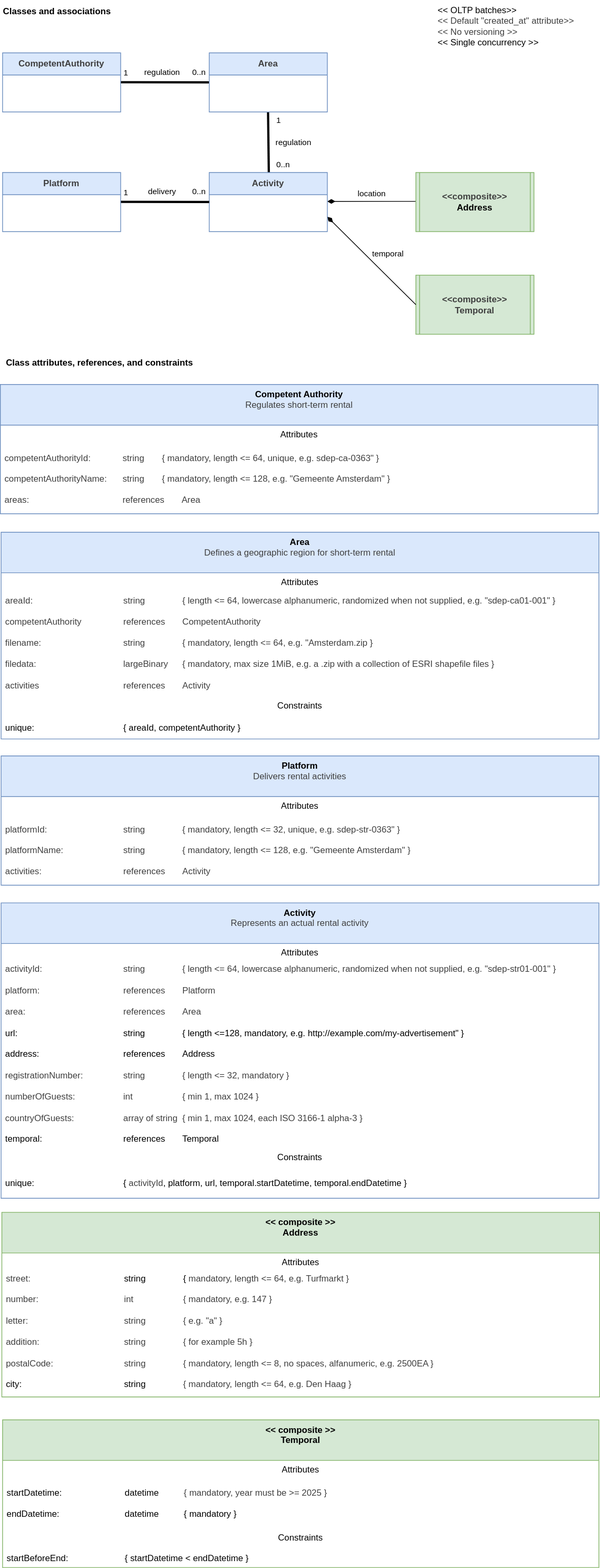
MinBZK/sdep.gov.nl keeps this draw.io diagram as docs/Classes.svg. Above is the earlier version. Source tidied: cells renumbered, new cells last; positions are measured from the earlier drawing's top-left corner, leaving out a move shared by most shapes.
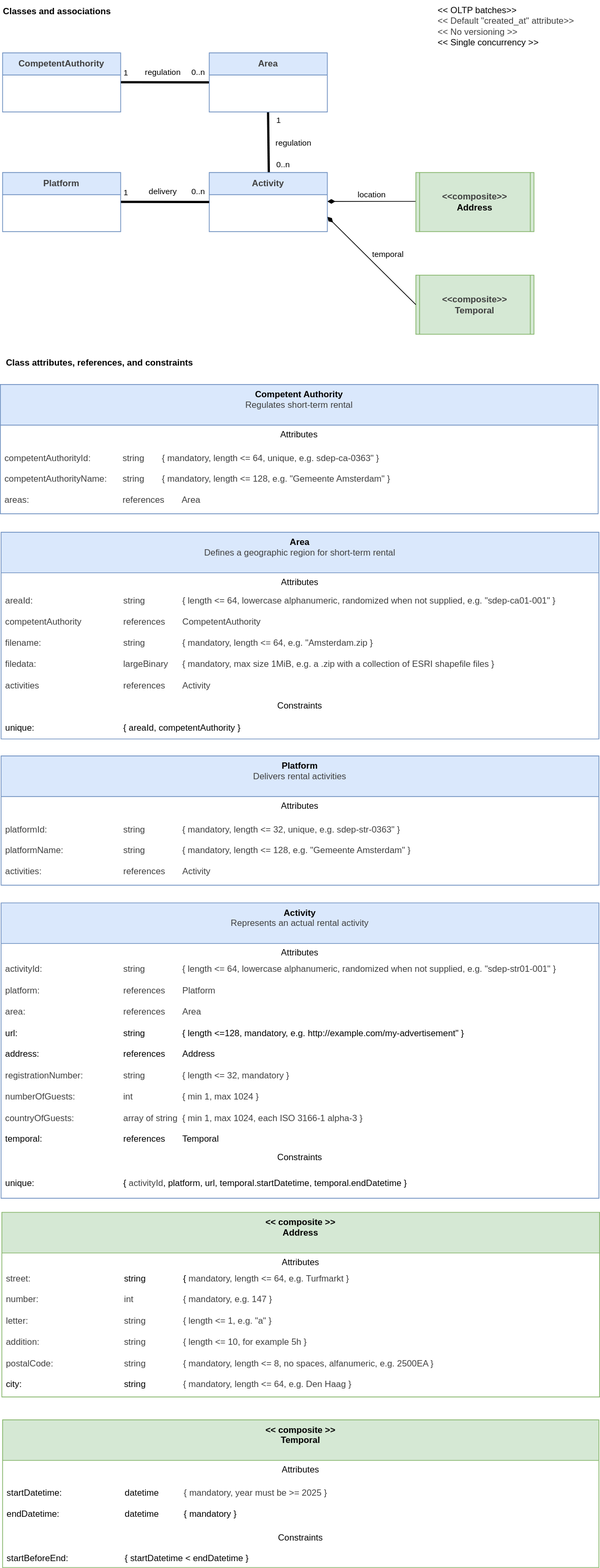
Above is the later version.

The edit, as a diff of the source:
```diff
@@ -95,7 +95,7 @@
     <mxCell id="24" value="Attributes" style="text;html=1;strokeColor=none;fillColor=none;align=center;verticalAlign=middle;spacingLeft=4;spacingRight=4;overflow=hidden;whiteSpace=wrap;" parent="23" vertex="1">
       <mxGeometry y="55" width="810" height="25" as="geometry" />
     </mxCell>
-    <mxCell id="25" value="&lt;div style=&quot;color: rgb(63, 63, 63); scrollbar-color: rgb(226, 226, 226) rgb(251, 251, 251);&quot;&gt;&lt;span style=&quot;scrollbar-color: rgb(226, 226, 226) rgb(251, 251, 251); background-color: transparent; color: rgb(63, 63, 63);&quot;&gt;street:&amp;nbsp;&lt;span style=&quot;white-space: pre;&quot;&gt;&#9;&lt;/span&gt;&lt;span style=&quot;white-space: pre;&quot;&gt;&#9;&lt;/span&gt;&lt;span style=&quot;white-space: pre;&quot;&gt;&#9;&lt;/span&gt;&lt;span style=&quot;white-space: pre;&quot;&gt;&#9;&lt;/span&gt;&lt;span style=&quot;white-space: pre;&quot;&gt;&#9;&lt;/span&gt;&lt;/span&gt;&lt;span style=&quot;scrollbar-color: rgb(226, 226, 226) rgb(251, 251, 251); background-color: transparent; color: rgb(0, 0, 0);&quot;&gt;string&amp;nbsp;&lt;span style=&quot;white-space: pre;&quot;&gt;&#9;&lt;/span&gt;&lt;span style=&quot;white-space: pre;&quot;&gt;&#9;&lt;/span&gt;&lt;/span&gt;&lt;span style=&quot;background-color: transparent; scrollbar-color: rgb(226, 226, 226) rgb(251, 251, 251); color: rgb(0, 0, 0);&quot;&gt;{&amp;nbsp;&lt;/span&gt;&lt;span style=&quot;background-color: transparent; color: rgb(63, 63, 63);&quot;&gt;mandatory,&amp;nbsp;&lt;/span&gt;&lt;span style=&quot;background-color: transparent;&quot;&gt;length &amp;lt;= 64, e.g.&amp;nbsp;&lt;/span&gt;&lt;span style=&quot;background-color: transparent;&quot;&gt;Turfmarkt }&lt;/span&gt;&lt;/div&gt;&lt;div style=&quot;color: rgb(63, 63, 63); scrollbar-color: rgb(226, 226, 226) rgb(251, 251, 251);&quot;&gt;&lt;br&gt;&lt;/div&gt;&lt;div style=&quot;color: rgb(63, 63, 63); scrollbar-color: rgb(226, 226, 226) rgb(251, 251, 251);&quot;&gt;number: &lt;span style=&quot;white-space: pre;&quot;&gt;&#9;&lt;/span&gt;&lt;span style=&quot;white-space: pre;&quot;&gt;&#9;&lt;/span&gt;&lt;span style=&quot;white-space: pre;&quot;&gt;&#9;&lt;/span&gt;&lt;span style=&quot;white-space: pre;&quot;&gt;&#9;&lt;/span&gt;&lt;span style=&quot;white-space: pre;&quot;&gt;&#9;&lt;/span&gt;int&amp;nbsp;&lt;span style=&quot;white-space: pre;&quot;&gt;&#9;&lt;/span&gt;&lt;span style=&quot;white-space: pre;&quot;&gt;&#9;&lt;/span&gt;&lt;span style=&quot;white-space: pre;&quot;&gt;&#9;&lt;/span&gt;&lt;span style=&quot;background-color: transparent;&quot;&gt;{ mandatory, e.g.&amp;nbsp;&lt;/span&gt;&lt;span style=&quot;background-color: transparent; color: rgb(63, 63, 63);&quot;&gt;147 }&lt;/span&gt;&lt;/div&gt;&lt;div style=&quot;color: rgb(63, 63, 63); scrollbar-color: rgb(226, 226, 226) rgb(251, 251, 251);&quot;&gt;&lt;div style=&quot;scrollbar-color: rgb(226, 226, 226) rgb(251, 251, 251); color: rgb(63, 63, 63);&quot;&gt;&lt;br&gt;&lt;/div&gt;&lt;div style=&quot;scrollbar-color: rgb(226, 226, 226) rgb(251, 251, 251); color: rgb(63, 63, 63);&quot;&gt;letter: &lt;span style=&quot;white-space: pre;&quot;&gt;&#9;&lt;/span&gt;&lt;span style=&quot;white-space: pre;&quot;&gt;&#9;&lt;/span&gt;&lt;span style=&quot;white-space: pre;&quot;&gt;&#9;&lt;/span&gt;&lt;span style=&quot;white-space: pre;&quot;&gt;&#9;&lt;/span&gt;&lt;span style=&quot;white-space: pre;&quot;&gt;&#9;&lt;/span&gt;string&amp;nbsp;&lt;span style=&quot;white-space: pre;&quot;&gt;&#9;&lt;/span&gt;&lt;span style=&quot;white-space: pre;&quot;&gt;&#9;&lt;/span&gt;&lt;span style=&quot;background-color: transparent;&quot;&gt;{ e.g. &quot;a&quot; }&lt;/span&gt;&lt;/div&gt;&lt;div style=&quot;scrollbar-color: rgb(226, 226, 226) rgb(251, 251, 251); color: rgb(63, 63, 63);&quot;&gt;&lt;br&gt;&lt;/div&gt;&lt;div style=&quot;scrollbar-color: rgb(226, 226, 226) rgb(251, 251, 251); color: rgb(63, 63, 63);&quot;&gt;&lt;span style=&quot;color: rgb(63, 63, 63);&quot;&gt;addition: &lt;span style=&quot;white-space: pre;&quot;&gt;&#9;&lt;/span&gt;&lt;span style=&quot;white-space: pre;&quot;&gt;&#9;&lt;/span&gt;&lt;span style=&quot;white-space: pre;&quot;&gt;&#9;&lt;/span&gt;&lt;span style=&quot;white-space: pre;&quot;&gt;&#9;&lt;/span&gt;&lt;span style=&quot;white-space: pre;&quot;&gt;&#9;&lt;/span&gt;string&amp;nbsp;&lt;span style=&quot;white-space: pre;&quot;&gt;&#9;&lt;/span&gt;&lt;span style=&quot;white-space: pre;&quot;&gt;&#9;&lt;/span&gt;&lt;/span&gt;&lt;span style=&quot;background-color: transparent;&quot;&gt;{ for example 5h }&lt;/span&gt;&lt;/div&gt;&lt;div style=&quot;scrollbar-color: rgb(226, 226, 226) rgb(251, 251, 251); color: rgb(63, 63, 63);&quot;&gt;&lt;span style=&quot;color: rgb(63, 63, 63);&quot;&gt;&lt;br&gt;&lt;/span&gt;&lt;/div&gt;&lt;div style=&quot;scrollbar-color: rgb(226, 226, 226) rgb(251, 251, 251); color: rgb(63, 63, 63);&quot;&gt;&lt;span style=&quot;scrollbar-color: rgb(226, 226, 226) rgb(251, 251, 251); background-color: transparent; color: rgb(63, 63, 63);&quot;&gt;postalCode: &lt;span style=&quot;white-space: pre;&quot;&gt;&#9;&lt;/span&gt;&lt;span style=&quot;white-space: pre;&quot;&gt;&#9;&lt;/span&gt;&lt;span style=&quot;white-space: pre;&quot;&gt;&#9;&lt;/span&gt;&lt;span style=&quot;white-space: pre;&quot;&gt;&#9;&lt;/span&gt;string&amp;nbsp;&lt;span style=&quot;white-space: pre;&quot;&gt;&#9;&lt;/span&gt;&lt;span style=&quot;white-space: pre;&quot;&gt;&#9;&lt;/span&gt;&lt;/span&gt;&lt;span style=&quot;background-color: transparent;&quot;&gt;{ mandatory, length &amp;lt;= 8, no spaces, alfanumeric, e.g.&amp;nbsp;&lt;/span&gt;&lt;span style=&quot;background-color: transparent; color: rgb(63, 63, 63);&quot;&gt;2500EA }&lt;/span&gt;&lt;/div&gt;&lt;div style=&quot;scrollbar-color: rgb(226, 226, 226) rgb(251, 251, 251); color: rgb(63, 63, 63);&quot;&gt;&lt;span style=&quot;scrollbar-color: rgb(226, 226, 226) rgb(251, 251, 251); color: rgb(0, 0, 0);&quot;&gt;&lt;br&gt;&lt;/span&gt;&lt;/div&gt;&lt;div style=&quot;scrollbar-color: rgb(226, 226, 226) rgb(251, 251, 251); color: rgb(63, 63, 63);&quot;&gt;&lt;span style=&quot;scrollbar-color: rgb(226, 226, 226) rgb(251, 251, 251); color: rgb(0, 0, 0);&quot;&gt;city:&lt;span style=&quot;white-space: pre;&quot;&gt;&#9;&lt;/span&gt;&lt;span style=&quot;white-space: pre;&quot;&gt;&#9;&lt;/span&gt;&lt;span style=&quot;white-space: pre;&quot;&gt;&#9;&lt;/span&gt;&lt;span style=&quot;white-space: pre;&quot;&gt;&#9;&lt;span style=&quot;white-space: pre;&quot;&gt;&#9;&lt;/span&gt;&lt;span style=&quot;white-space: pre;&quot;&gt;&#9;&lt;/span&gt;&lt;/span&gt;string&amp;nbsp;&lt;span style=&quot;white-space: pre;&quot;&gt;&#9;&lt;/span&gt;&lt;span style=&quot;white-space: pre;&quot;&gt;&#9;&lt;/span&gt;&lt;/span&gt;&lt;span style=&quot;background-color: transparent;&quot;&gt;{ mandatory, length &amp;lt;= 64, e.g.&amp;nbsp;&lt;/span&gt;&lt;span style=&quot;background-color: transparent;&quot;&gt;Den Haag }&lt;/span&gt;&lt;/div&gt;&lt;div&gt;&lt;span style=&quot;scrollbar-color: rgb(226, 226, 226) rgb(251, 251, 251); color: rgb(0, 0, 0);&quot;&gt;&lt;br&gt;&lt;/span&gt;&lt;/div&gt;&lt;/div&gt;" style="text;html=1;strokeColor=none;fillColor=none;align=left;verticalAlign=middle;spacingLeft=4;spacingRight=4;overflow=hidden;whiteSpace=wrap;" parent="23" vertex="1">
+    <mxCell id="25" value="&lt;div style=&quot;color: rgb(63, 63, 63); scrollbar-color: rgb(226, 226, 226) rgb(251, 251, 251);&quot;&gt;&lt;span style=&quot;scrollbar-color: rgb(226, 226, 226) rgb(251, 251, 251); background-color: transparent; color: rgb(63, 63, 63);&quot;&gt;street:&amp;nbsp;&lt;span style=&quot;white-space: pre;&quot;&gt;&#9;&lt;/span&gt;&lt;span style=&quot;white-space: pre;&quot;&gt;&#9;&lt;/span&gt;&lt;span style=&quot;white-space: pre;&quot;&gt;&#9;&lt;/span&gt;&lt;span style=&quot;white-space: pre;&quot;&gt;&#9;&lt;/span&gt;&lt;span style=&quot;white-space: pre;&quot;&gt;&#9;&lt;/span&gt;&lt;/span&gt;&lt;span style=&quot;scrollbar-color: rgb(226, 226, 226) rgb(251, 251, 251); background-color: transparent; color: rgb(0, 0, 0);&quot;&gt;string&amp;nbsp;&lt;span style=&quot;white-space: pre;&quot;&gt;&#9;&lt;/span&gt;&lt;span style=&quot;white-space: pre;&quot;&gt;&#9;&lt;/span&gt;&lt;/span&gt;&lt;span style=&quot;background-color: transparent; scrollbar-color: rgb(226, 226, 226) rgb(251, 251, 251); color: rgb(0, 0, 0);&quot;&gt;{&amp;nbsp;&lt;/span&gt;&lt;span style=&quot;background-color: transparent; color: rgb(63, 63, 63);&quot;&gt;mandatory,&amp;nbsp;&lt;/span&gt;&lt;span style=&quot;background-color: transparent;&quot;&gt;length &amp;lt;= 64, e.g.&amp;nbsp;&lt;/span&gt;&lt;span style=&quot;background-color: transparent;&quot;&gt;Turfmarkt }&lt;/span&gt;&lt;/div&gt;&lt;div style=&quot;color: rgb(63, 63, 63); scrollbar-color: rgb(226, 226, 226) rgb(251, 251, 251);&quot;&gt;&lt;br&gt;&lt;/div&gt;&lt;div style=&quot;color: rgb(63, 63, 63); scrollbar-color: rgb(226, 226, 226) rgb(251, 251, 251);&quot;&gt;number: &lt;span style=&quot;white-space: pre;&quot;&gt;&#9;&lt;/span&gt;&lt;span style=&quot;white-space: pre;&quot;&gt;&#9;&lt;/span&gt;&lt;span style=&quot;white-space: pre;&quot;&gt;&#9;&lt;/span&gt;&lt;span style=&quot;white-space: pre;&quot;&gt;&#9;&lt;/span&gt;&lt;span style=&quot;white-space: pre;&quot;&gt;&#9;&lt;/span&gt;int&amp;nbsp;&lt;span style=&quot;white-space: pre;&quot;&gt;&#9;&lt;/span&gt;&lt;span style=&quot;white-space: pre;&quot;&gt;&#9;&lt;/span&gt;&lt;span style=&quot;white-space: pre;&quot;&gt;&#9;&lt;/span&gt;&lt;span style=&quot;background-color: transparent;&quot;&gt;{ mandatory, e.g.&amp;nbsp;&lt;/span&gt;&lt;span style=&quot;background-color: transparent; color: rgb(63, 63, 63);&quot;&gt;147 }&lt;/span&gt;&lt;/div&gt;&lt;div style=&quot;color: rgb(63, 63, 63); scrollbar-color: rgb(226, 226, 226) rgb(251, 251, 251);&quot;&gt;&lt;div style=&quot;scrollbar-color: rgb(226, 226, 226) rgb(251, 251, 251); color: rgb(63, 63, 63);&quot;&gt;&lt;br&gt;&lt;/div&gt;&lt;div style=&quot;scrollbar-color: rgb(226, 226, 226) rgb(251, 251, 251); color: rgb(63, 63, 63);&quot;&gt;letter: &lt;span style=&quot;white-space: pre;&quot;&gt;&#9;&lt;/span&gt;&lt;span style=&quot;white-space: pre;&quot;&gt;&#9;&lt;/span&gt;&lt;span style=&quot;white-space: pre;&quot;&gt;&#9;&lt;/span&gt;&lt;span style=&quot;white-space: pre;&quot;&gt;&#9;&lt;/span&gt;&lt;span style=&quot;white-space: pre;&quot;&gt;&#9;&lt;/span&gt;string&amp;nbsp;&lt;span style=&quot;white-space: pre;&quot;&gt;&#9;&lt;/span&gt;&lt;span style=&quot;white-space: pre;&quot;&gt;&#9;&lt;/span&gt;&lt;span style=&quot;background-color: transparent;&quot;&gt;{ length &amp;lt;= 1, e.g. &quot;a&quot; }&lt;/span&gt;&lt;/div&gt;&lt;div style=&quot;scrollbar-color: rgb(226, 226, 226) rgb(251, 251, 251); color: rgb(63, 63, 63);&quot;&gt;&lt;br&gt;&lt;/div&gt;&lt;div style=&quot;scrollbar-color: rgb(226, 226, 226) rgb(251, 251, 251); color: rgb(63, 63, 63);&quot;&gt;&lt;span style=&quot;color: rgb(63, 63, 63);&quot;&gt;addition: &lt;span style=&quot;white-space: pre;&quot;&gt;&#9;&lt;/span&gt;&lt;span style=&quot;white-space: pre;&quot;&gt;&#9;&lt;/span&gt;&lt;span style=&quot;white-space: pre;&quot;&gt;&#9;&lt;/span&gt;&lt;span style=&quot;white-space: pre;&quot;&gt;&#9;&lt;/span&gt;&lt;span style=&quot;white-space: pre;&quot;&gt;&#9;&lt;/span&gt;string&amp;nbsp;&lt;span style=&quot;white-space: pre;&quot;&gt;&#9;&lt;/span&gt;&lt;span style=&quot;white-space: pre;&quot;&gt;&#9;&lt;/span&gt;&lt;/span&gt;&lt;span style=&quot;background-color: transparent;&quot;&gt;{ length &amp;lt;= 10, for example 5h }&lt;/span&gt;&lt;/div&gt;&lt;div style=&quot;scrollbar-color: rgb(226, 226, 226) rgb(251, 251, 251); color: rgb(63, 63, 63);&quot;&gt;&lt;span style=&quot;color: rgb(63, 63, 63);&quot;&gt;&lt;br&gt;&lt;/span&gt;&lt;/div&gt;&lt;div style=&quot;scrollbar-color: rgb(226, 226, 226) rgb(251, 251, 251); color: rgb(63, 63, 63);&quot;&gt;&lt;span style=&quot;scrollbar-color: rgb(226, 226, 226) rgb(251, 251, 251); background-color: transparent; color: rgb(63, 63, 63);&quot;&gt;postalCode: &lt;span style=&quot;white-space: pre;&quot;&gt;&#9;&lt;/span&gt;&lt;span style=&quot;white-space: pre;&quot;&gt;&#9;&lt;/span&gt;&lt;span style=&quot;white-space: pre;&quot;&gt;&#9;&lt;/span&gt;&lt;span style=&quot;white-space: pre;&quot;&gt;&#9;&lt;/span&gt;string&amp;nbsp;&lt;span style=&quot;white-space: pre;&quot;&gt;&#9;&lt;/span&gt;&lt;span style=&quot;white-space: pre;&quot;&gt;&#9;&lt;/span&gt;&lt;/span&gt;&lt;span style=&quot;background-color: transparent;&quot;&gt;{ mandatory, length &amp;lt;= 8, no spaces, alfanumeric, e.g.&amp;nbsp;&lt;/span&gt;&lt;span style=&quot;background-color: transparent; color: rgb(63, 63, 63);&quot;&gt;2500EA }&lt;/span&gt;&lt;/div&gt;&lt;div style=&quot;scrollbar-color: rgb(226, 226, 226) rgb(251, 251, 251); color: rgb(63, 63, 63);&quot;&gt;&lt;span style=&quot;scrollbar-color: rgb(226, 226, 226) rgb(251, 251, 251); color: rgb(0, 0, 0);&quot;&gt;&lt;br&gt;&lt;/span&gt;&lt;/div&gt;&lt;div style=&quot;scrollbar-color: rgb(226, 226, 226) rgb(251, 251, 251); color: rgb(63, 63, 63);&quot;&gt;&lt;span style=&quot;scrollbar-color: rgb(226, 226, 226) rgb(251, 251, 251); color: rgb(0, 0, 0);&quot;&gt;city:&lt;span style=&quot;white-space: pre;&quot;&gt;&#9;&lt;/span&gt;&lt;span style=&quot;white-space: pre;&quot;&gt;&#9;&lt;/span&gt;&lt;span style=&quot;white-space: pre;&quot;&gt;&#9;&lt;/span&gt;&lt;span style=&quot;white-space: pre;&quot;&gt;&#9;&lt;span style=&quot;white-space: pre;&quot;&gt;&#9;&lt;/span&gt;&lt;span style=&quot;white-space: pre;&quot;&gt;&#9;&lt;/span&gt;&lt;/span&gt;string&amp;nbsp;&lt;span style=&quot;white-space: pre;&quot;&gt;&#9;&lt;/span&gt;&lt;span style=&quot;white-space: pre;&quot;&gt;&#9;&lt;/span&gt;&lt;/span&gt;&lt;span style=&quot;background-color: transparent;&quot;&gt;{ mandatory, length &amp;lt;= 64, e.g.&amp;nbsp;&lt;/span&gt;&lt;span style=&quot;background-color: transparent;&quot;&gt;Den Haag }&lt;/span&gt;&lt;/div&gt;&lt;div&gt;&lt;span style=&quot;scrollbar-color: rgb(226, 226, 226) rgb(251, 251, 251); color: rgb(0, 0, 0);&quot;&gt;&lt;br&gt;&lt;/span&gt;&lt;/div&gt;&lt;/div&gt;" style="text;html=1;strokeColor=none;fillColor=none;align=left;verticalAlign=middle;spacingLeft=4;spacingRight=4;overflow=hidden;whiteSpace=wrap;" parent="23" vertex="1">
       <mxGeometry y="80" width="810" height="170" as="geometry" />
     </mxCell>
     <mxCell id="26" value="&lt;b&gt;Area&lt;/b&gt;&lt;div&gt;&lt;span style=&quot;color: rgb(63, 63, 63); text-align: left;&quot;&gt;Defines a geographic region for short-term rental&lt;/span&gt;&lt;b&gt;&lt;/b&gt;&lt;/div&gt;" style="swimlane;fontStyle=0;align=center;verticalAlign=top;horizontal=1;startSize=55;html=1;whiteSpace=wrap;fillColor=#dae8fc;strokeColor=#6c8ebf;" parent="1" vertex="1">
```
